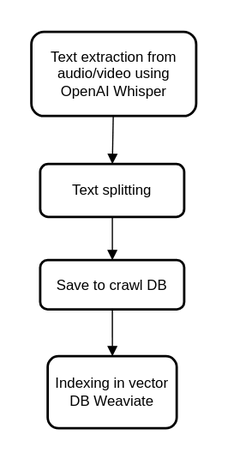
Earlier version of the draw.io export docs/source/images/audio_pipeline.drawio.svg (gutfeeling/langsearch). Source tidied: cells renumbered, new cells last; positions are measured from the earlier drawing's top-left corner, leaving out a move shared by most shapes.
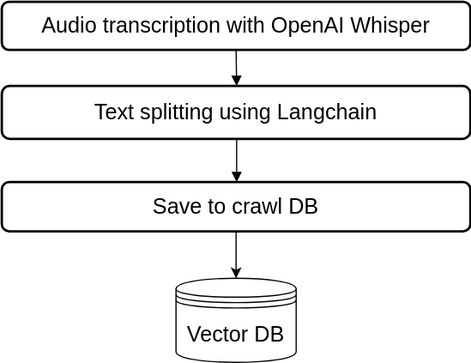
The same file after the commit.

What changed in the source:
```diff
@@ -2,26 +2,26 @@
   <root>
     <mxCell id="0" />
     <mxCell id="1" parent="0" />
-    <mxCell id="2" value="Text extraction from audio/video using OpenAI Whisper" style="whiteSpace=wrap;strokeWidth=2;rounded=1;labelBackgroundColor=none;" parent="1" vertex="1">
-      <mxGeometry x="-0.4" width="137.4" height="70" as="geometry" />
-    </mxCell>
-    <mxCell id="3" value="Text splitting" style="whiteSpace=wrap;strokeWidth=2;rounded=1;labelBackgroundColor=none;" parent="1" vertex="1">
-      <mxGeometry x="7" y="110" width="120" height="44" as="geometry" />
+    <mxCell id="3" value="Audio transcription with OpenAI Whisper" style="whiteSpace=wrap;strokeWidth=2;rounded=1;labelBackgroundColor=none;fontSize=18;" parent="1" vertex="1">
+      <mxGeometry x="-103" y="-30" width="390" height="40" as="geometry" />
     </mxCell>
-    <mxCell id="4" value="Save to crawl DB" style="whiteSpace=wrap;strokeWidth=2;rounded=1;labelBackgroundColor=none;" parent="1" vertex="1">
-      <mxGeometry x="7" y="190" width="120" height="41" as="geometry" />
+    <mxCell id="4" value="Text splitting using Langchain" style="whiteSpace=wrap;strokeWidth=2;rounded=1;labelBackgroundColor=none;fontSize=18;" parent="1" vertex="1">
+      <mxGeometry x="-103" y="40" width="390" height="44" as="geometry" />
     </mxCell>
-    <mxCell id="5" value="Indexing in vector DB Weaviate" style="whiteSpace=wrap;strokeWidth=2;rounded=1;labelBackgroundColor=none;" parent="1" vertex="1">
-      <mxGeometry x="13.2" y="270" width="107.5" height="60" as="geometry" />
+    <mxCell id="5" value="Save to crawl DB" style="whiteSpace=wrap;strokeWidth=2;rounded=1;labelBackgroundColor=none;fontSize=18;" parent="1" vertex="1">
+      <mxGeometry x="-103" y="120" width="390" height="41" as="geometry" />
     </mxCell>
-    <mxCell id="6" style="curved=1;startArrow=none;endArrow=block;exitX=0.49693731976370525;exitY=1;entryX=0.5011805534362793;entryY=0;labelBackgroundColor=none;fontColor=default;" parent="1" edge="1" source="2" target="3">
-      <mxGeometry relative="1" as="geometry" />
-    </mxCell>
-    <mxCell id="7" style="curved=1;startArrow=none;endArrow=block;exitX=0.5011805534362793;exitY=1;entryX=0.5011805534362793;entryY=0;labelBackgroundColor=none;fontColor=default;" parent="1" edge="1" source="3" target="4">
+    <mxCell id="7" style="curved=1;startArrow=none;endArrow=block;entryX=0.5011805534362793;entryY=0;labelBackgroundColor=none;fontColor=default;exitX=0.5;exitY=1;exitDx=0;exitDy=0;" parent="1" edge="1" source="3" target="4">
       <mxGeometry relative="1" as="geometry" />
     </mxCell>
-    <mxCell id="8" style="curved=1;startArrow=none;endArrow=block;exitX=0.5011805534362793;exitY=1;entryX=0.5015740712483724;entryY=0;labelBackgroundColor=none;fontColor=default;" parent="1" edge="1" source="4" target="5">
+    <mxCell id="8" style="curved=1;startArrow=none;endArrow=block;exitX=0.5011805534362793;exitY=1;entryX=0.5011805534362793;entryY=0;labelBackgroundColor=none;fontColor=default;" parent="1" edge="1" source="4" target="5">
       <mxGeometry relative="1" as="geometry" />
     </mxCell>
+    <mxCell id="9" style="edgeStyle=orthogonalEdgeStyle;rounded=0;jettySize=auto;html=1;" parent="1" edge="1" source="5" target="10">
+      <mxGeometry relative="1" as="geometry" />
+    </mxCell>
+    <mxCell id="10" value="&lt;font style=&quot;font-size: 18px;&quot;&gt;Vector DB&lt;/font&gt;" style="shape=datastore;whiteSpace=wrap;html=1;" parent="1" vertex="1">
+      <mxGeometry x="42" y="200" width="100" height="70" as="geometry" />
+    </mxCell>
   </root>
 </mxGraphModel>
```
